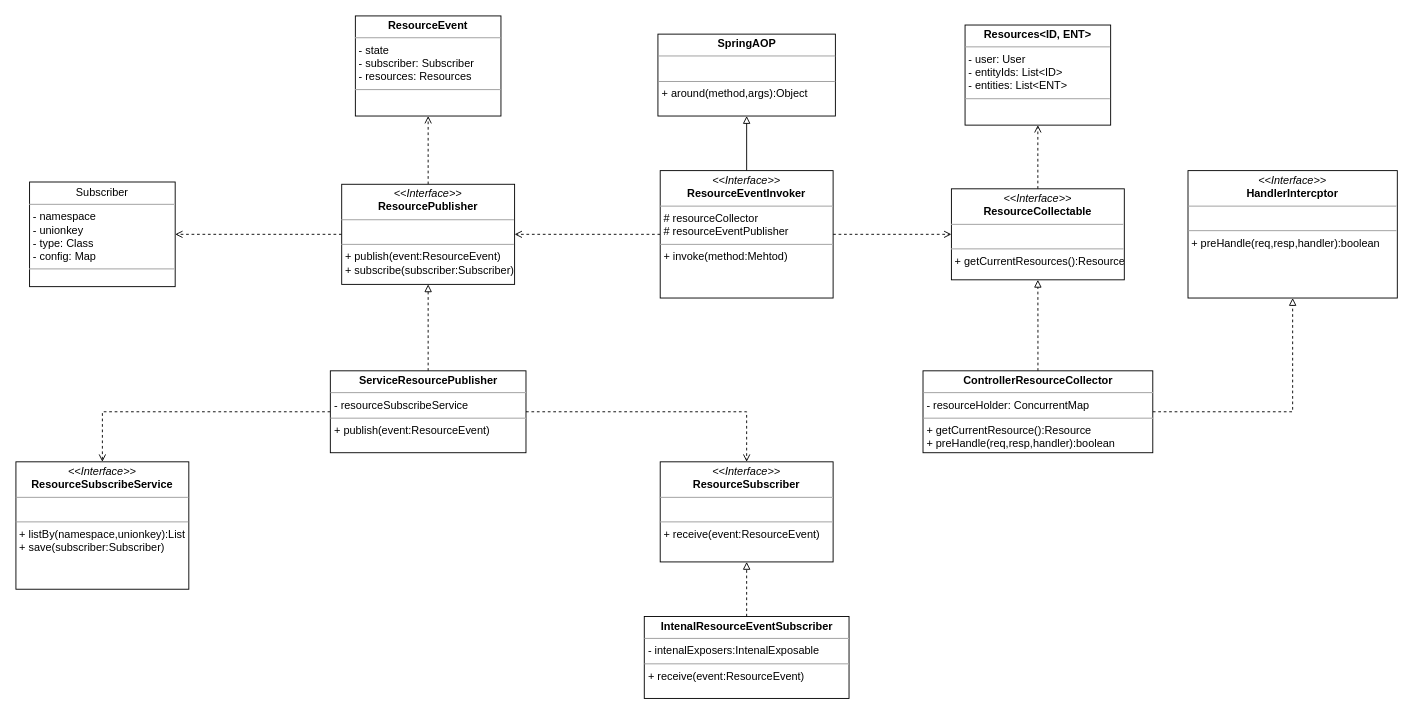
qianlixy/develop-manage-standard keeps this draw.io diagram as page "Subscription" (4 of 4) of Untitled Diagram.drawio. Above is the earlier version. Source tidied: cells renumbered, new cells numbered last; positions are measured from the earlier drawing's top-left corner, leaving out a move shared by most shapes. Both pictures are drawn from the tidied source at 91%, with x=0, y=0 at pixel (15, 15).
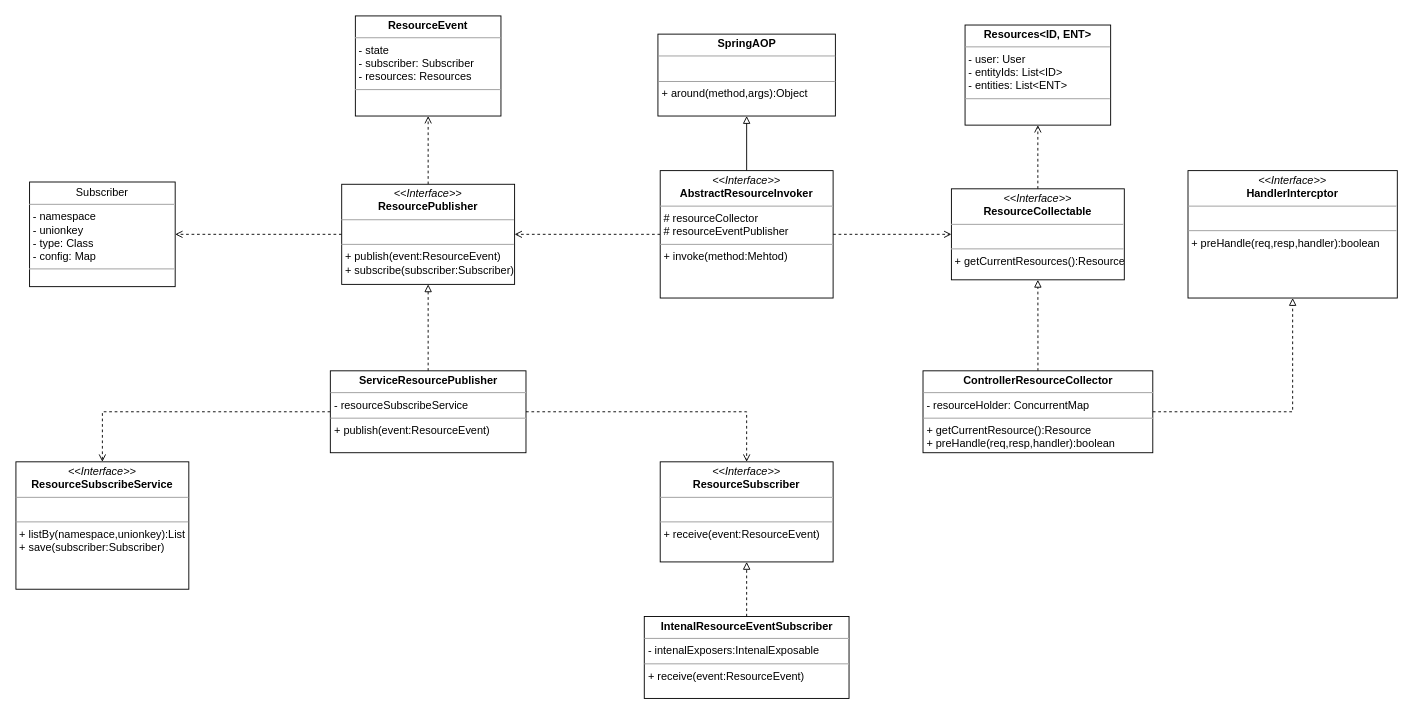
Above is the later version.

What changed in the source:
```diff
@@
-    <mxCell id="7" value="&lt;p style=&quot;margin: 0px ; margin-top: 4px ; text-align: center&quot;&gt;&lt;i&gt;&amp;lt;&amp;lt;Interface&amp;gt;&amp;gt;&lt;/i&gt;&lt;br&gt;&lt;b&gt;ResourceEventInvoker&lt;/b&gt;&lt;/p&gt;&lt;hr size=&quot;1&quot;&gt;&lt;p style=&quot;margin: 0px ; margin-left: 4px&quot;&gt;# resourceCollector&lt;/p&gt;&lt;p style=&quot;margin: 0px ; margin-left: 4px&quot;&gt;# resourceEventPublisher&lt;/p&gt;&lt;hr size=&quot;1&quot;&gt;&lt;p style=&quot;margin: 0px ; margin-left: 4px&quot;&gt;+ invoke(method:Mehtod)&lt;/p&gt;" style="verticalAlign=top;align=left;overflow=fill;fontSize=12;fontFamily=Helvetica;html=1;" parent="1" vertex="1">
+    <mxCell id="7" value="&lt;p style=&quot;margin: 0px ; margin-top: 4px ; text-align: center&quot;&gt;&lt;i&gt;&amp;lt;&amp;lt;Interface&amp;gt;&amp;gt;&lt;/i&gt;&lt;br&gt;&lt;b&gt;AbstractResourceInvoker&lt;/b&gt;&lt;/p&gt;&lt;hr size=&quot;1&quot;&gt;&lt;p style=&quot;margin: 0px ; margin-left: 4px&quot;&gt;# resourceCollector&lt;/p&gt;&lt;p style=&quot;margin: 0px ; margin-left: 4px&quot;&gt;# resourceEventPublisher&lt;/p&gt;&lt;hr size=&quot;1&quot;&gt;&lt;p style=&quot;margin: 0px ; margin-left: 4px&quot;&gt;+ invoke(method:Mehtod)&lt;/p&gt;" style="verticalAlign=top;align=left;overflow=fill;fontSize=12;fontFamily=Helvetica;html=1;" parent="1" vertex="1">
       <mxGeometry x="708" y="170" width="190" height="140" as="geometry" />
     </mxCell>
```
